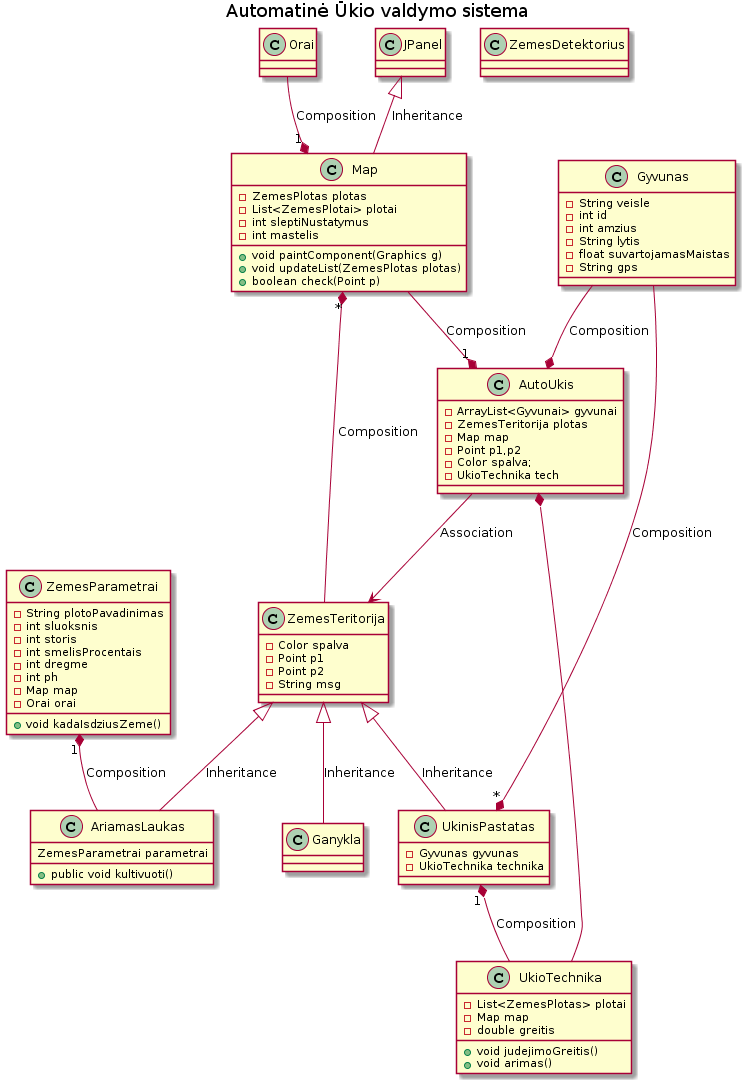
The PlantUML diagram Latex/uml.png in macro161/autoukis, before a commit.
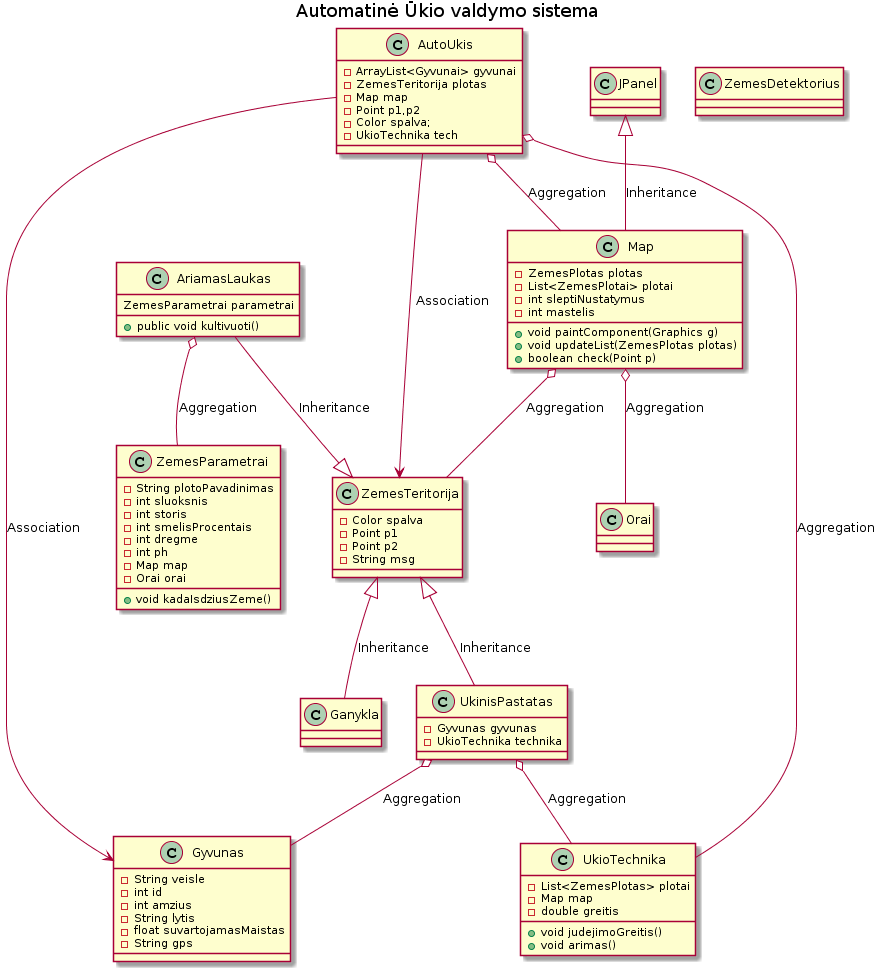
Above is the later version.

What changed in the source:
```diff
@@ -1,4 +1,6 @@
 @startuml
+
+
 title Automatin? ?kio valdymo sistema
 
 class AriamasLaukas{
@@ -66,17 +68,17 @@
 
 
 
-AutoUkis *-up- Gyvunas: Composition
+AutoUkis --> Gyvunas: Association
 AutoUkis --> ZemesTeritorija: Association
-AutoUkis "1"*-up- Map: Composition
-AutoUkis *-down- UkioTechnika
-ZemesTeritorija <|-down- AriamasLaukas: Inheritance
+AutoUkis o-- Map: Aggregation
+AutoUkis o-- UkioTechnika : Aggregation
+ZemesTeritorija <|-up- AriamasLaukas: Inheritance
 ZemesTeritorija <|-down- Ganykla: Inheritance
 JPanel <|-down- Map: Inheritance
-Map "*"*-up- ZemesTeritorija: Composition
+Map o-- ZemesTeritorija: Aggregation
 ZemesTeritorija <|-down- UkinisPastatas: Inheritance
-UkinisPastatas "*"*-up- Gyvunas: Composition
-UkinisPastatas "1"*-down- UkioTechnika: Composition
-ZemesParametrai "1"*-down- AriamasLaukas: Composition
-Map "1"*-up- Orai: Composition
+UkinisPastatas o-- Gyvunas: Aggregation
+UkinisPastatas o-- UkioTechnika: Aggregation
+AriamasLaukas o--ZemesParametrai : Aggregation
+Map o-- Orai: Aggregation
 @enduml
```
